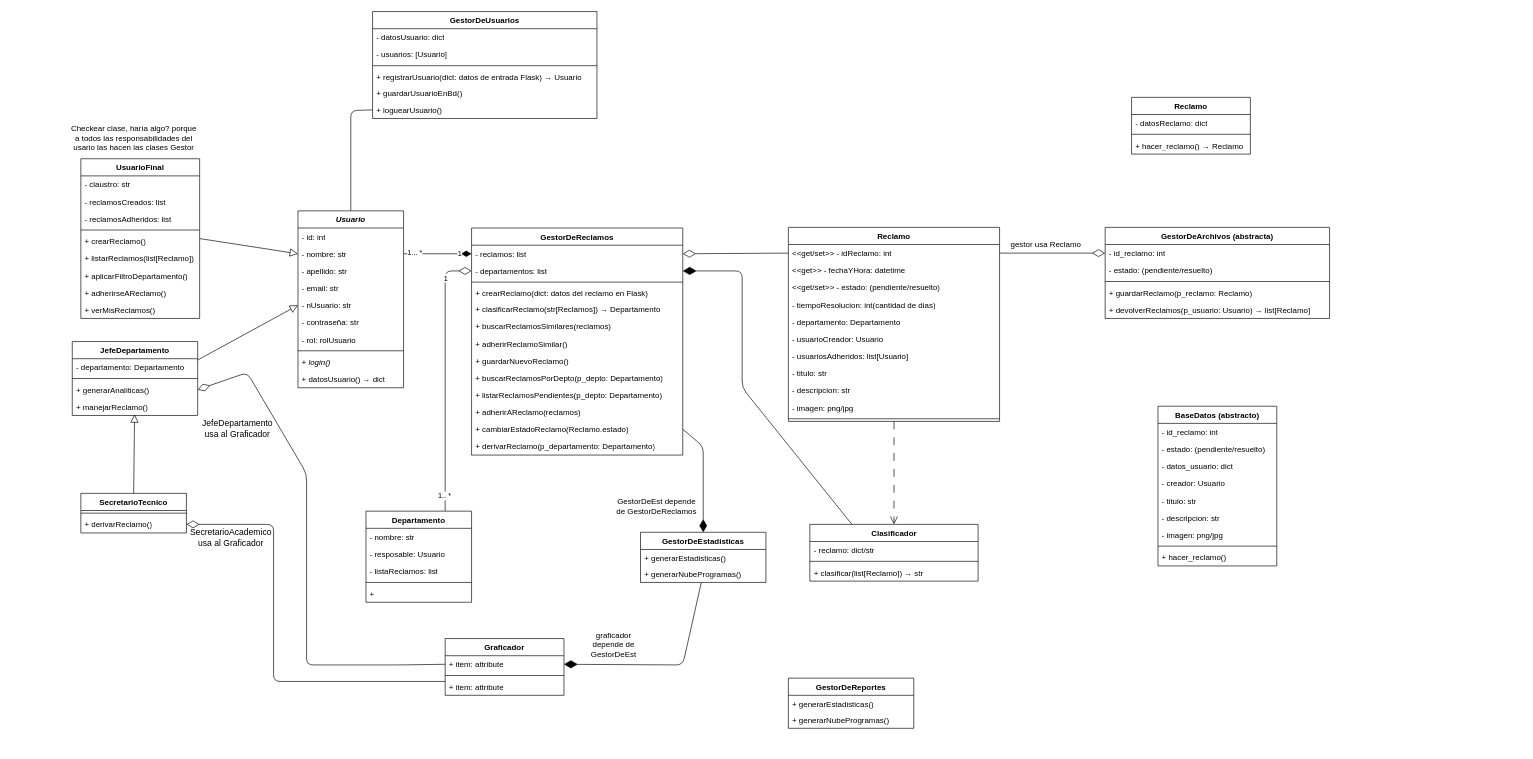
Earlier version of the draw.io diagram page "UML" (1 of 3) of TrabajoPractico_3/docs/diagrama_UML_TP3.drawio (FelipeCarrozzo/prog_avanzada). Source tidied: cells renumbered, new cells numbered last; positions are measured from the earlier drawing's top-left corner, leaving out a move shared by most shapes. Both pictures are drawn from the tidied source at 66%, with x=0, y=0 at pixel (64, 11).
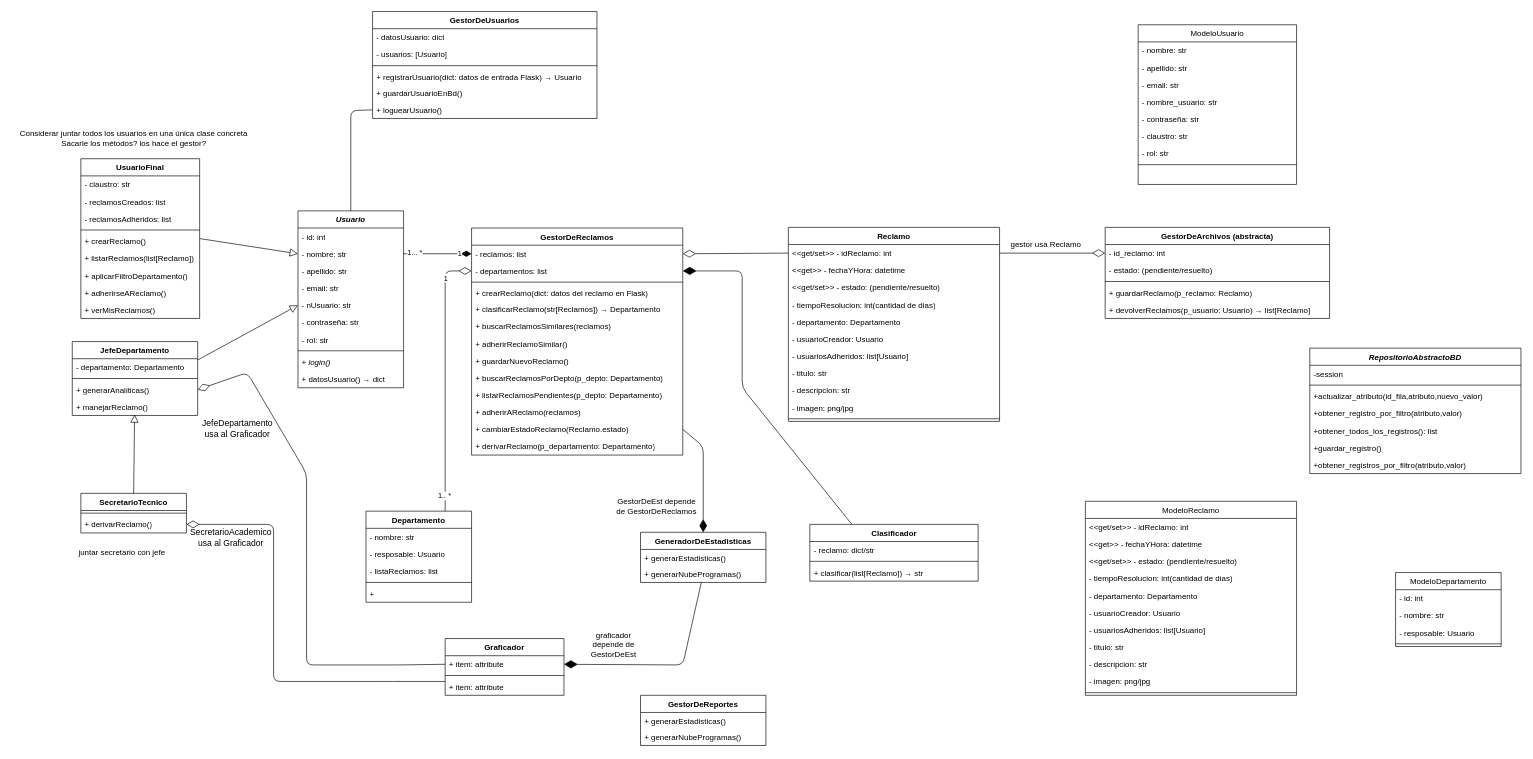
Above is the later version.

Commit message:
actualización uml

The change refers to these unchanged cells:
```xml
<mxCell id="13" value="&lt;i&gt;&lt;font style=&quot;color: rgb(0, 0, 0);&quot;&gt;Usuario&lt;/font&gt;&lt;/i&gt;" style="swimlane;fontStyle=1;align=center;verticalAlign=top;horizontal=1;startSize=26;whiteSpace=wrap;html=1;" parent="1" vertex="1">
  <mxGeometry x="354" y="302" width="160" height="268" as="geometry" />
</mxCell>
<mxCell id="34" value="Reclamo" style="swimlane;fontStyle=1;align=center;verticalAlign=top;horizontal=1;startSize=26;whiteSpace=wrap;html=1;" parent="1" vertex="1">
  <mxGeometry x="1097" y="327" width="320" height="294" as="geometry" />
</mxCell>
<mxCell id="47" value="Clasificador" style="swimlane;fontStyle=1;align=center;verticalAlign=top;horizontal=1;startSize=26;whiteSpace=wrap;html=1;" parent="1" vertex="1">
  <mxGeometry x="1129.5" y="777" width="255" height="86" as="geometry" />
</mxCell>
```

The edit, as a diff of the source:
```diff
@@
-    <mxCell id="20" value="- rol: rolUsuario" style="text;strokeColor=none;fillColor=none;align=left;verticalAlign=top;spacingLeft=4;spacingRight=4;overflow=hidden;whiteSpace=wrap;html=1;" parent="13" vertex="1">
+    <mxCell id="20" value="- rol: str" style="text;strokeColor=none;fillColor=none;align=left;verticalAlign=top;spacingLeft=4;spacingRight=4;overflow=hidden;whiteSpace=wrap;html=1;" parent="13" vertex="1">
       <mxGeometry y="182" width="160" height="26" as="geometry" />
     </mxCell>
@@
-    <mxCell id="33" style="edgeStyle=none;html=1;entryX=0.5;entryY=0;entryDx=0;entryDy=0;endArrow=open;endFill=0;endSize=10;dashed=1;dashPattern=12 12;" parent="1" edge="1" source="34" target="47">
-      <mxGeometry relative="1" as="geometry" />
-    </mxCell>
@@
-    <mxCell id="101" value="BaseDatos (abstracto)" style="swimlane;fontStyle=1;align=center;verticalAlign=top;horizontal=1;startSize=26;whiteSpace=wrap;html=1;" parent="1" vertex="1">
-      <mxGeometry x="1657" y="598" width="180" height="242" as="geometry" />
-    </mxCell>
-    <mxCell id="102" value="- id_reclamo: int" style="text;strokeColor=none;fillColor=none;align=left;verticalAlign=top;spacingLeft=4;spacingRight=4;overflow=hidden;whiteSpace=wrap;html=1;" parent="101" vertex="1">
-      <mxGeometry y="26" width="180" height="26" as="geometry" />
-    </mxCell>
-    <mxCell id="103" value="- estado: (pendiente/resuelto)" style="text;strokeColor=none;fillColor=none;align=left;verticalAlign=top;spacingLeft=4;spacingRight=4;overflow=hidden;whiteSpace=wrap;html=1;" parent="101" vertex="1">
-      <mxGeometry y="52" width="180" height="26" as="geometry" />
-    </mxCell>
-    <mxCell id="104" value="- datos_usuario: dict" style="text;strokeColor=none;fillColor=none;align=left;verticalAlign=top;spacingLeft=4;spacingRight=4;overflow=hidden;whiteSpace=wrap;html=1;" parent="101" vertex="1">
-      <mxGeometry y="78" width="180" height="26" as="geometry" />
-    </mxCell>
-    <mxCell id="105" value="- creador: Usuario" style="text;strokeColor=none;fillColor=none;align=left;verticalAlign=top;spacingLeft=4;spacingRight=4;overflow=hidden;whiteSpace=wrap;html=1;" parent="101" vertex="1">
-      <mxGeometry y="104" width="180" height="26" as="geometry" />
-    </mxCell>
-    <mxCell id="106" value="- titulo: str" style="text;strokeColor=none;fillColor=none;align=left;verticalAlign=top;spacingLeft=4;spacingRight=4;overflow=hidden;whiteSpace=wrap;html=1;" parent="101" vertex="1">
-      <mxGeometry y="130" width="180" height="26" as="geometry" />
-    </mxCell>
-    <mxCell id="107" value="- descripcion: str" style="text;strokeColor=none;fillColor=none;align=left;verticalAlign=top;spacingLeft=4;spacingRight=4;overflow=hidden;whiteSpace=wrap;html=1;" parent="101" vertex="1">
-      <mxGeometry y="156" width="180" height="26" as="geometry" />
-    </mxCell>
-    <mxCell id="108" value="- imagen: png/jpg" style="text;strokeColor=none;fillColor=none;align=left;verticalAlign=top;spacingLeft=4;spacingRight=4;overflow=hidden;whiteSpace=wrap;html=1;" parent="101" vertex="1">
-      <mxGeometry y="182" width="180" height="26" as="geometry" />
-    </mxCell>
-    <mxCell id="109" style="line;strokeWidth=1;fillColor=none;align=left;verticalAlign=middle;spacingTop=-1;spacingLeft=3;spacingRight=3;labelPosition=right;strokeColor=inherit;" parent="101" vertex="1">
-      <mxGeometry y="208" width="180" height="8" as="geometry" />
-    </mxCell>
-    <mxCell id="110" value="&lt;font style=&quot;color: rgb(0, 0, 0);&quot;&gt;+ hacer_reclamo()&lt;/font&gt;" style="text;strokeColor=none;fillColor=none;align=left;verticalAlign=top;spacingLeft=4;spacingRight=4;overflow=hidden;whiteSpace=wrap;html=1;" parent="101" vertex="1">
-      <mxGeometry y="216" width="180" height="26" as="geometry" />
-    </mxCell>
-    <mxCell id="111" value="Checkear clase, haría algo? porque&lt;div&gt;a todos las responsabilidades del&lt;/div&gt;&lt;div&gt;usario las hacen las clases Gestor&lt;/div&gt;" style="text;html=1;align=center;verticalAlign=middle;strokeColor=none;fillColor=none;" parent="1" vertex="1">
-      <mxGeometry y="162" width="210" height="60" as="geometry" />
+    <mxCell id="111" value="Considerar juntar todos los usuarios en una única clase concreta&lt;div&gt;Sacarle los métodos? los hace el gestor?&lt;/div&gt;" style="text;html=1;align=center;verticalAlign=middle;strokeColor=none;fillColor=none;" parent="1" vertex="1">
+      <mxGeometry x="-80" y="172" width="370" height="40" as="geometry" />
     </mxCell>
-    <mxCell id="112" value="Reclamo" style="swimlane;fontStyle=1;align=center;verticalAlign=top;horizontal=1;startSize=26;whiteSpace=wrap;html=1;" parent="1" vertex="1">
-      <mxGeometry x="1617" y="130" width="180" height="86" as="geometry" />
-    </mxCell>
-    <mxCell id="113" value="- datosReclamo: dict" style="text;strokeColor=none;fillColor=none;align=left;verticalAlign=top;spacingLeft=4;spacingRight=4;overflow=hidden;whiteSpace=wrap;html=1;" parent="112" vertex="1">
-      <mxGeometry y="26" width="180" height="26" as="geometry" />
-    </mxCell>
-    <mxCell id="114" style="line;strokeWidth=1;fillColor=none;align=left;verticalAlign=middle;spacingTop=-1;spacingLeft=3;spacingRight=3;labelPosition=right;strokeColor=inherit;" parent="112" vertex="1">
-      <mxGeometry y="52" width="180" height="8" as="geometry" />
-    </mxCell>
-    <mxCell id="115" value="&lt;font style=&quot;color: rgb(0, 0, 0);&quot;&gt;+ hacer_reclamo()&amp;nbsp;→ Reclamo&lt;/font&gt;" style="text;strokeColor=none;fillColor=none;align=left;verticalAlign=top;spacingLeft=4;spacingRight=4;overflow=hidden;whiteSpace=wrap;html=1;" parent="112" vertex="1">
-      <mxGeometry y="60" width="180" height="26" as="geometry" />
-    </mxCell>
-    <mxCell id="116" value="GestorDeEstadisticas" style="swimlane;fontStyle=1;align=center;verticalAlign=top;horizontal=1;startSize=26;whiteSpace=wrap;html=1;" parent="1" vertex="1">
+    <mxCell id="116" value="GeneradorDeEstadisticas" style="swimlane;fontStyle=1;align=center;verticalAlign=top;horizontal=1;startSize=26;whiteSpace=wrap;html=1;" parent="1" vertex="1">
       <mxGeometry x="873" y="789" width="190" height="76" as="geometry" />
     </mxCell>
@@
     <mxCell id="125" value="GestorDeReportes" style="swimlane;fontStyle=1;align=center;verticalAlign=top;horizontal=1;startSize=26;whiteSpace=wrap;html=1;" parent="1" vertex="1">
-      <mxGeometry x="1097" y="1010" width="190" height="76" as="geometry" />
+      <mxGeometry x="873" y="1036" width="190" height="76" as="geometry" />
     </mxCell>
@@
+    <mxCell id="128" value="RepositorioAbstractoBD" style="swimlane;fontStyle=3;align=center;verticalAlign=top;horizontal=1;startSize=26;rounded=0;shadow=0;strokeWidth=1;" parent="1" vertex="1">
+      <mxGeometry x="1887" y="510" width="320" height="190" as="geometry" />
+    </mxCell>
+    <mxCell id="129" value="-session" style="text;align=left;verticalAlign=top;spacingLeft=4;spacingRight=4;overflow=hidden;" parent="128" vertex="1">
+      <mxGeometry y="26" width="320" height="26" as="geometry" />
+    </mxCell>
+    <mxCell id="130" style="line;html=1;strokeWidth=1;align=left;verticalAlign=middle;spacingTop=-1;spacingLeft=3;spacingRight=3;labelPosition=right;" parent="128" vertex="1">
+      <mxGeometry y="52" width="320" height="8" as="geometry" />
+    </mxCell>
+    <mxCell id="131" value="+actualizar_atributo(id_fila,atributo,nuevo_valor)" style="text;align=left;verticalAlign=top;spacingLeft=4;spacingRight=4;overflow=hidden;" parent="128" vertex="1">
+      <mxGeometry y="60" width="320" height="26" as="geometry" />
+    </mxCell>
+    <mxCell id="132" value="+obtener_registro_por_filtro(atributo,valor)" style="text;align=left;verticalAlign=top;spacingLeft=4;spacingRight=4;overflow=hidden;" parent="128" vertex="1">
+      <mxGeometry y="86" width="320" height="26" as="geometry" />
+    </mxCell>
+    <mxCell id="133" value="+obtener_todos_los_registros(): list" style="text;align=left;verticalAlign=top;spacingLeft=4;spacingRight=4;overflow=hidden;" parent="128" vertex="1">
+      <mxGeometry y="112" width="320" height="26" as="geometry" />
+    </mxCell>
+    <mxCell id="134" value="+guardar_registro()" style="text;align=left;verticalAlign=top;spacingLeft=4;spacingRight=4;overflow=hidden;" parent="128" vertex="1">
+      <mxGeometry y="138" width="320" height="26" as="geometry" />
+    </mxCell>
+    <mxCell id="135" value="+obtener_registros_por_filtro(atributo,valor)" style="text;align=left;verticalAlign=top;spacingLeft=4;spacingRight=4;overflow=hidden;" parent="128" vertex="1">
+      <mxGeometry y="164" width="320" height="26" as="geometry" />
+    </mxCell>
+    <mxCell id="136" value="ModeloUsuario" style="swimlane;fontStyle=0;align=center;verticalAlign=top;horizontal=1;startSize=26;rounded=0;shadow=0;strokeWidth=1;" parent="1" vertex="1">
+      <mxGeometry x="1627" y="20" width="240" height="242" as="geometry" />
+    </mxCell>
+    <mxCell id="137" value="    - nombre: str&#10;" style="text;align=left;verticalAlign=top;spacingLeft=4;spacingRight=4;overflow=hidden;rounded=0;shadow=0;html=0;" parent="136" vertex="1">
+      <mxGeometry y="26" width="240" height="26" as="geometry" />
+    </mxCell>
+    <mxCell id="138" value="    - apellido: str&#10;" style="text;align=left;verticalAlign=top;spacingLeft=4;spacingRight=4;overflow=hidden;rounded=0;shadow=0;html=0;" parent="136" vertex="1">
+      <mxGeometry y="52" width="240" height="26" as="geometry" />
+    </mxCell>
+    <mxCell id="139" value="    - email: str&#10;" style="text;align=left;verticalAlign=top;spacingLeft=4;spacingRight=4;overflow=hidden;rounded=0;shadow=0;html=0;" parent="136" vertex="1">
+      <mxGeometry y="78" width="240" height="26" as="geometry" />
+    </mxCell>
+    <mxCell id="140" value="    - nombre_usuario: str&#10;" style="text;align=left;verticalAlign=top;spacingLeft=4;spacingRight=4;overflow=hidden;rounded=0;shadow=0;html=0;" parent="136" vertex="1">
+      <mxGeometry y="104" width="240" height="26" as="geometry" />
+    </mxCell>
+    <mxCell id="141" value="    - contraseña: str&#10;" style="text;align=left;verticalAlign=top;spacingLeft=4;spacingRight=4;overflow=hidden;rounded=0;shadow=0;html=0;" parent="136" vertex="1">
+      <mxGeometry y="130" width="240" height="26" as="geometry" />
+    </mxCell>
+    <mxCell id="142" value="    - claustro: str&#10;" style="text;align=left;verticalAlign=top;spacingLeft=4;spacingRight=4;overflow=hidden;rounded=0;shadow=0;html=0;" parent="136" vertex="1">
+      <mxGeometry y="156" width="240" height="26" as="geometry" />
+    </mxCell>
+    <mxCell id="143" value="    - rol: str" style="text;align=left;verticalAlign=top;spacingLeft=4;spacingRight=4;overflow=hidden;rounded=0;shadow=0;html=0;" parent="136" vertex="1">
+      <mxGeometry y="182" width="240" height="26" as="geometry" />
+    </mxCell>
+    <mxCell id="144" style="line;html=1;strokeWidth=1;align=left;verticalAlign=middle;spacingTop=-1;spacingLeft=3;spacingRight=3;labelPosition=right;" parent="136" vertex="1">
+      <mxGeometry y="208" width="240" height="8" as="geometry" />
+    </mxCell>
+    <mxCell id="145" value="&lt;span style=&quot;font-weight: normal;&quot;&gt;ModeloDepartamento&lt;/span&gt;" style="swimlane;fontStyle=1;align=center;verticalAlign=top;horizontal=1;startSize=26;whiteSpace=wrap;html=1;" parent="1" vertex="1">
+      <mxGeometry x="2017" y="850" width="160" height="112" as="geometry" />
+    </mxCell>
+    <mxCell id="146" value="- id: int" style="text;strokeColor=none;fillColor=none;align=left;verticalAlign=top;spacingLeft=4;spacingRight=4;overflow=hidden;whiteSpace=wrap;html=1;" parent="145" vertex="1">
+      <mxGeometry y="26" width="160" height="26" as="geometry" />
+    </mxCell>
+    <mxCell id="147" value="- nombre: str" style="text;strokeColor=none;fillColor=none;align=left;verticalAlign=top;spacingLeft=4;spacingRight=4;overflow=hidden;whiteSpace=wrap;html=1;" parent="145" vertex="1">
+      <mxGeometry y="52" width="160" height="26" as="geometry" />
+    </mxCell>
+    <mxCell id="148" value="- resposable: Usuario" style="text;strokeColor=none;fillColor=none;align=left;verticalAlign=top;spacingLeft=4;spacingRight=4;overflow=hidden;whiteSpace=wrap;html=1;" parent="145" vertex="1">
+      <mxGeometry y="78" width="160" height="26" as="geometry" />
+    </mxCell>
+    <mxCell id="149" style="line;strokeWidth=1;fillColor=none;align=left;verticalAlign=middle;spacingTop=-1;spacingLeft=3;spacingRight=3;labelPosition=right;strokeColor=inherit;" parent="145" vertex="1">
+      <mxGeometry y="104" width="160" height="8" as="geometry" />
+    </mxCell>
+    <mxCell id="150" value="juntar secretario con jefe" style="text;html=1;align=center;verticalAlign=middle;strokeColor=none;fillColor=none;" parent="1" vertex="1">
+      <mxGeometry x="12" y="805" width="150" height="30" as="geometry" />
+    </mxCell>
+    <mxCell id="151" value="&lt;span style=&quot;font-weight: normal;&quot;&gt;ModeloReclamo&lt;/span&gt;" style="swimlane;fontStyle=1;align=center;verticalAlign=top;horizontal=1;startSize=26;whiteSpace=wrap;html=1;" parent="1" vertex="1">
+      <mxGeometry x="1547" y="742" width="320" height="294" as="geometry" />
+    </mxCell>
+    <mxCell id="152" value="&amp;lt;&amp;lt;get/set&amp;gt;&amp;gt; - idReclamo: int" style="text;strokeColor=none;fillColor=none;align=left;verticalAlign=top;spacingLeft=4;spacingRight=4;overflow=hidden;whiteSpace=wrap;html=1;" parent="151" vertex="1">
+      <mxGeometry y="26" width="320" height="26" as="geometry" />
+    </mxCell>
+    <mxCell id="153" value="&amp;lt;&amp;lt;get&amp;gt;&amp;gt; - fechaYHora: datetime" style="text;strokeColor=none;fillColor=none;align=left;verticalAlign=top;spacingLeft=4;spacingRight=4;overflow=hidden;whiteSpace=wrap;html=1;" parent="151" vertex="1">
+      <mxGeometry y="52" width="320" height="26" as="geometry" />
+    </mxCell>
+    <mxCell id="154" value="&amp;lt;&amp;lt;get/set&amp;gt;&amp;gt; - estado: (pendiente/resuelto)" style="text;strokeColor=none;fillColor=none;align=left;verticalAlign=top;spacingLeft=4;spacingRight=4;overflow=hidden;whiteSpace=wrap;html=1;" parent="151" vertex="1">
+      <mxGeometry y="78" width="320" height="26" as="geometry" />
+    </mxCell>
+    <mxCell id="155" value="- tiempoResolucion: int(cantidad de dias)" style="text;strokeColor=none;fillColor=none;align=left;verticalAlign=top;spacingLeft=4;spacingRight=4;overflow=hidden;whiteSpace=wrap;html=1;" parent="151" vertex="1">
+      <mxGeometry y="104" width="320" height="26" as="geometry" />
+    </mxCell>
+    <mxCell id="156" value="- departamento: Departamento" style="text;strokeColor=none;fillColor=none;align=left;verticalAlign=top;spacingLeft=4;spacingRight=4;overflow=hidden;whiteSpace=wrap;html=1;" parent="151" vertex="1">
+      <mxGeometry y="130" width="320" height="26" as="geometry" />
+    </mxCell>
+    <mxCell id="157" value="- usuarioCreador: Usuario" style="text;strokeColor=none;fillColor=none;align=left;verticalAlign=top;spacingLeft=4;spacingRight=4;overflow=hidden;whiteSpace=wrap;html=1;" parent="151" vertex="1">
+      <mxGeometry y="156" width="320" height="26" as="geometry" />
+    </mxCell>
+    <mxCell id="158" value="- usuariosAdheridos: list[Usuario]" style="text;strokeColor=none;fillColor=none;align=left;verticalAlign=top;spacingLeft=4;spacingRight=4;overflow=hidden;whiteSpace=wrap;html=1;" parent="151" vertex="1">
+      <mxGeometry y="182" width="320" height="26" as="geometry" />
+    </mxCell>
+    <mxCell id="106" value="- titulo: str" style="text;strokeColor=none;fillColor=none;align=left;verticalAlign=top;spacingLeft=4;spacingRight=4;overflow=hidden;whiteSpace=wrap;html=1;" parent="151" vertex="1">
+      <mxGeometry y="208" width="320" height="26" as="geometry" />
+    </mxCell>
+    <mxCell id="107" value="- descripcion: str" style="text;strokeColor=none;fillColor=none;align=left;verticalAlign=top;spacingLeft=4;spacingRight=4;overflow=hidden;whiteSpace=wrap;html=1;" parent="151" vertex="1">
+      <mxGeometry y="234" width="320" height="26" as="geometry" />
+    </mxCell>
+    <mxCell id="108" value="- imagen: png/jpg" style="text;strokeColor=none;fillColor=none;align=left;verticalAlign=top;spacingLeft=4;spacingRight=4;overflow=hidden;whiteSpace=wrap;html=1;" parent="151" vertex="1">
+      <mxGeometry y="260" width="320" height="26" as="geometry" />
+    </mxCell>
+    <mxCell id="159" style="line;strokeWidth=1;fillColor=none;align=left;verticalAlign=middle;spacingTop=-1;spacingLeft=3;spacingRight=3;labelPosition=right;strokeColor=inherit;" parent="151" vertex="1">
+      <mxGeometry y="286" width="320" height="8" as="geometry" />
+    </mxCell>
```
